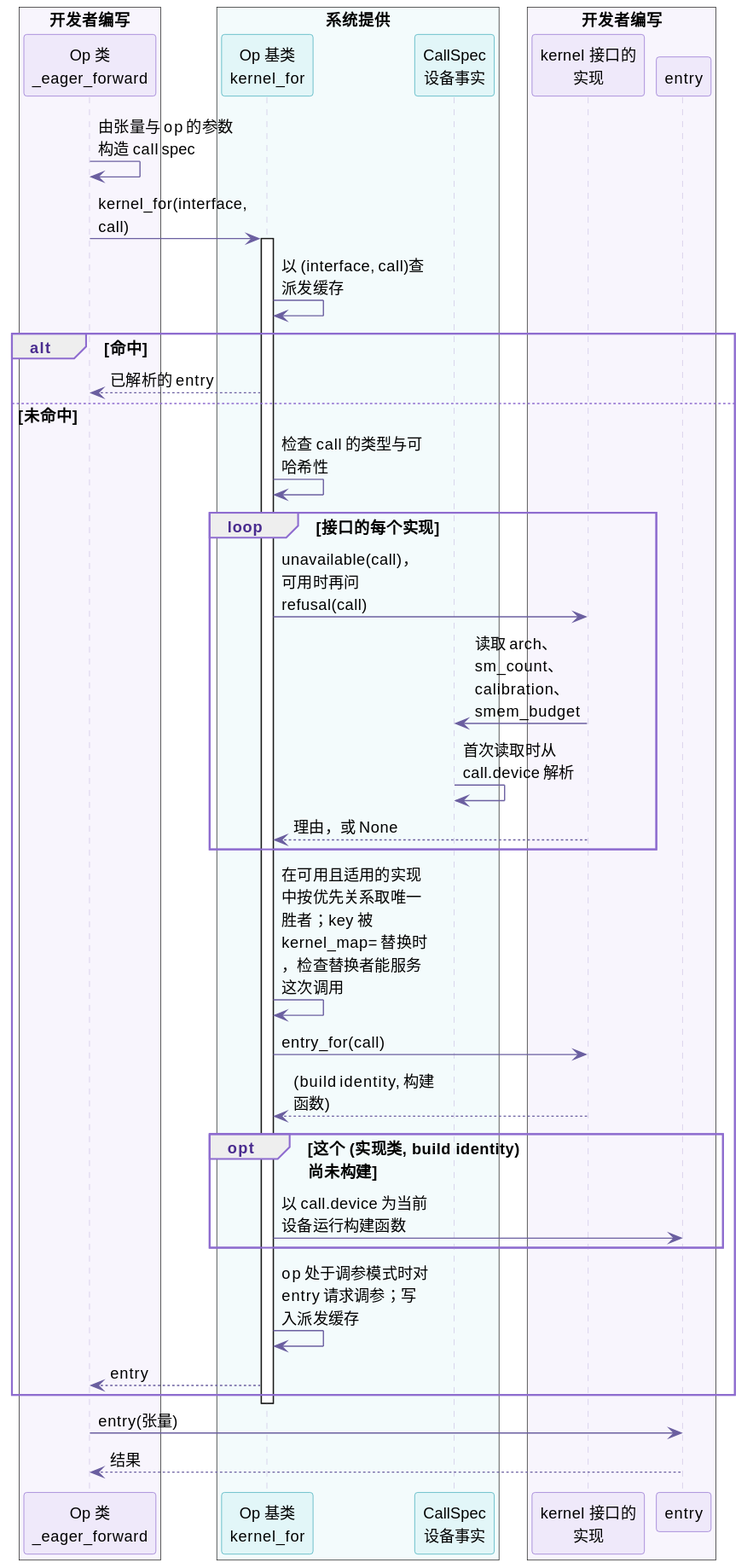
Above: docs/user-guide/dispatch/img/call.zh.svg in lcy-seso/TileOPs.github.io (PlantUML), before the change.
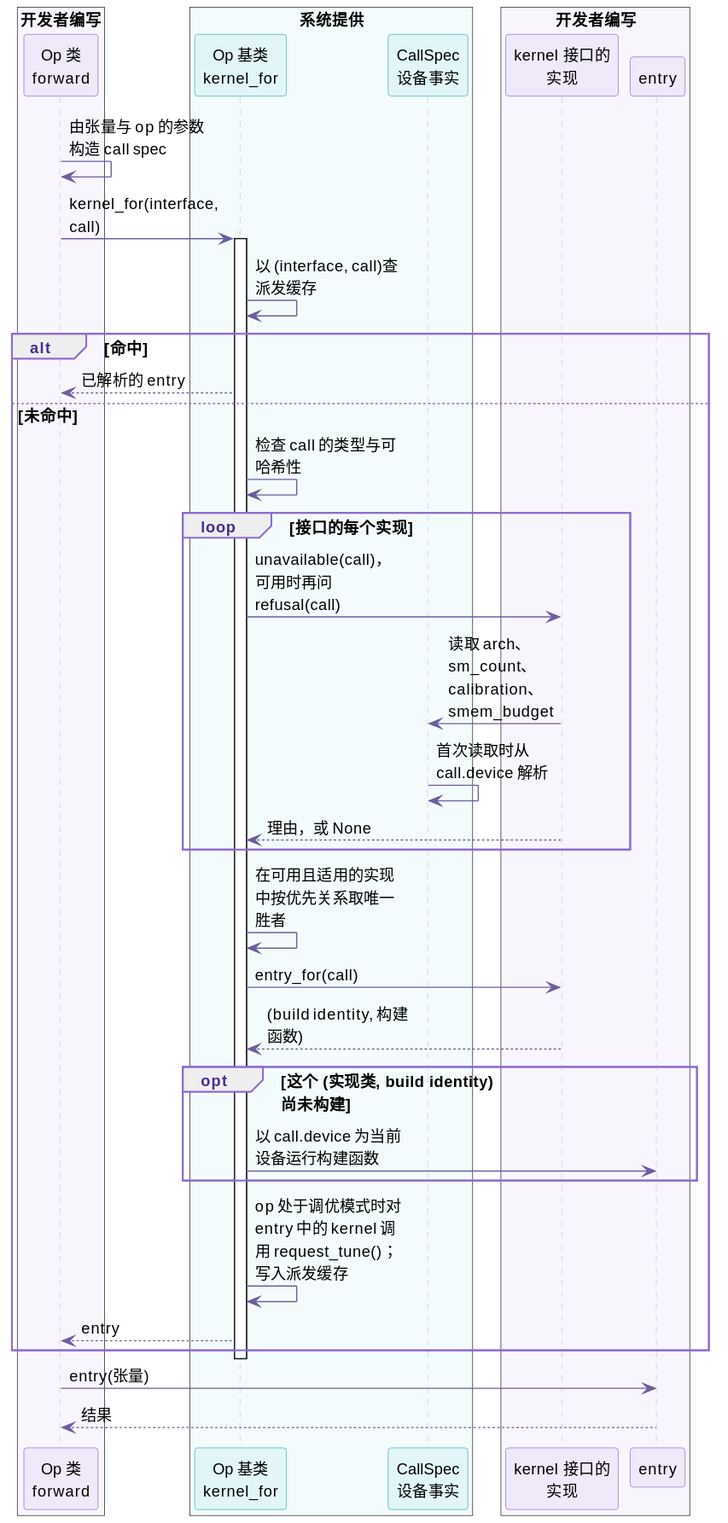
The same file after the commit.

Change to the diagram source:
```diff
@@ -25,7 +25,7 @@
   BorderColor #8E6CCF
 }
 box "开发者编写" #F8F5FD
-  participant "Op 类\n_eager_forward" as op <<dev>>
+  participant "Op 类\nforward" as op <<dev>>
 end box
 box "系统提供" #F3FBFC
   participant "Op 基类\nkernel_for" as base <<sys>>
@@ -50,13 +50,13 @@
     facts -> facts : 首次读取时从 call.device 解析
     impl --> base : 理由，或 None
   end
-  base -> base : 在可用且适用的实现中按优先关系取唯一胜者；key 被 kernel_map= 替换时，检查替换者能服务这次调用
+  base -> base : 在可用且适用的实现中按优先关系取唯一胜者
   base -> impl : entry_for(call)
   impl --> base : (build identity, 构建函数)
   opt 这个 (实现类, build identity)\n尚未构建
     base -> entry : 以 call.device 为当前设备运行构建函数
   end
-  base -> base : op 处于调参模式时对 entry 请求调参；写入派发缓存
+  base -> base : op 处于调优模式时对 entry 中的 kernel 调用 request_tune()；写入派发缓存
   base --> op : entry
 end
 deactivate base
```
